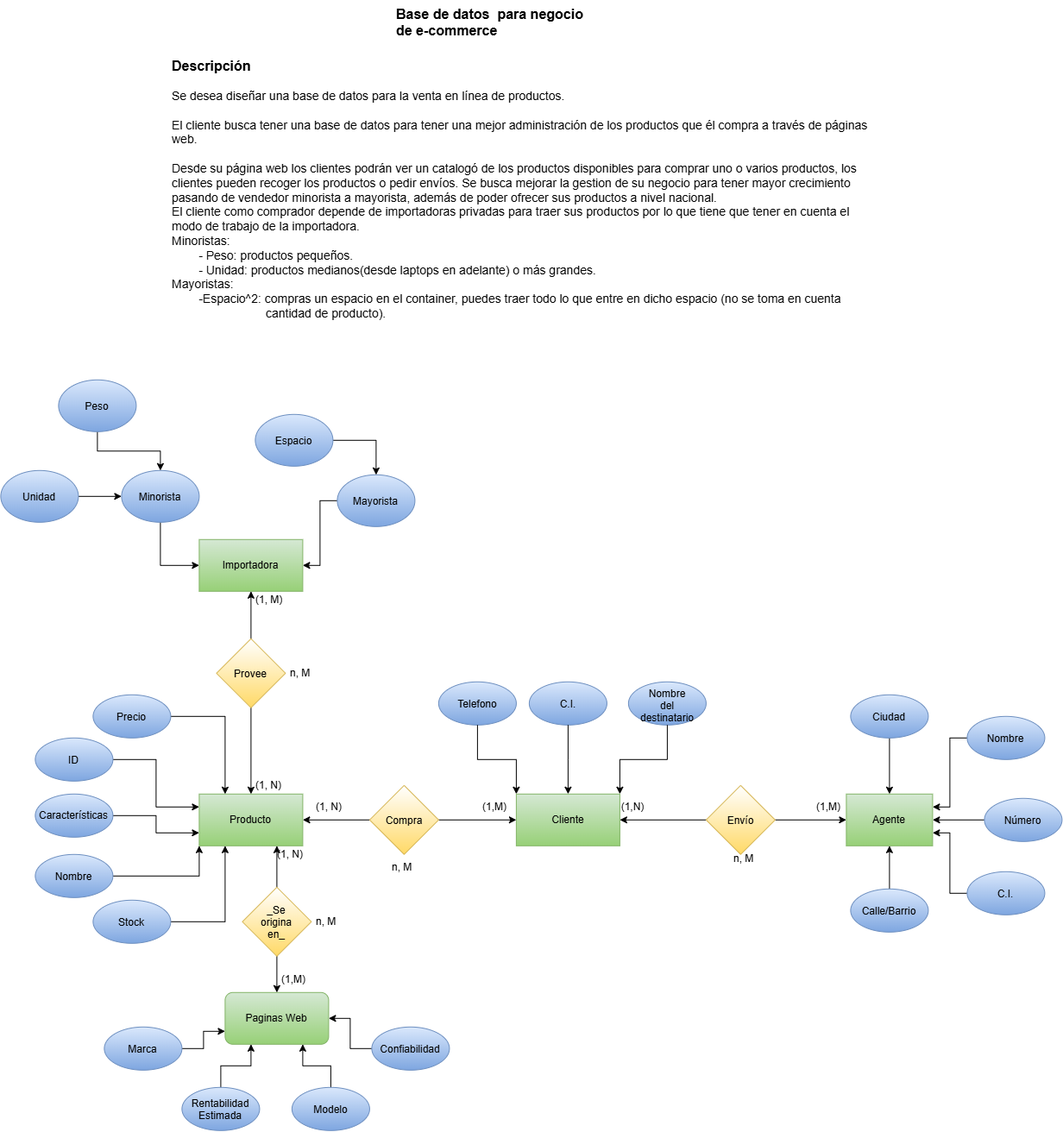
Before: Base_datos_e-commerce/assets/Diagrama E-R.drawio.png, a diagram exported from draw.io (yucepeee/Base-de-Datos-1). Source tidied: cells renumbered, new cells last; positions are measured from the earlier drawing's top-left corner, leaving out a move shared by most shapes.
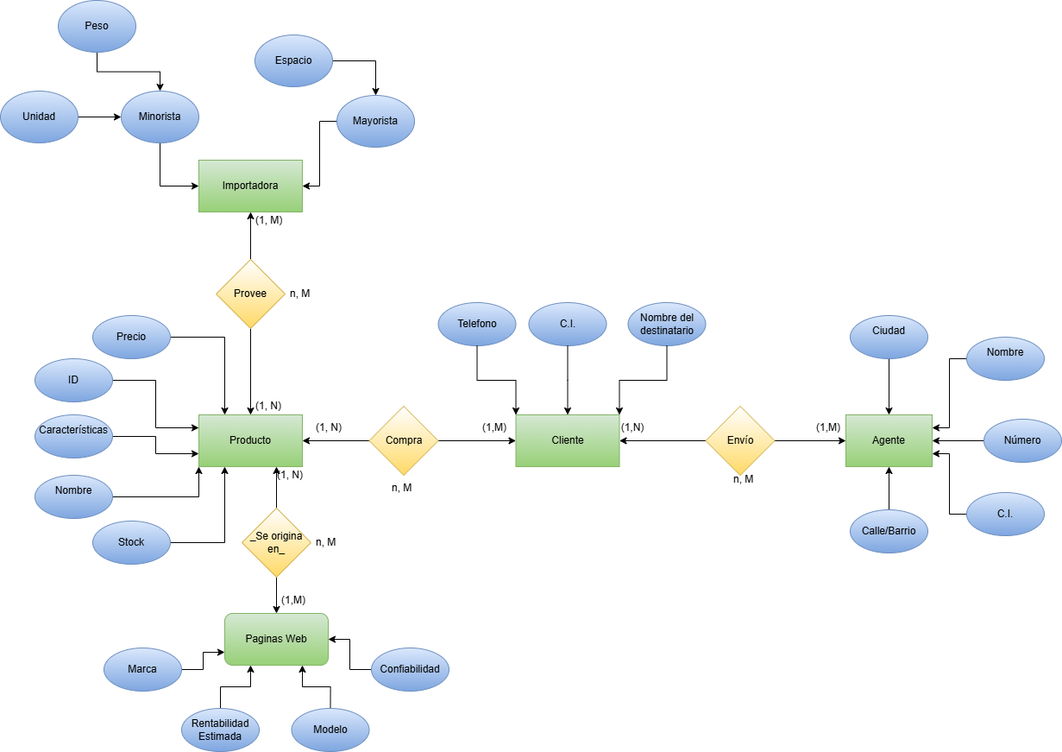
The same file after the commit.

What changed in the source:
```diff
@@ -1,4 +1,4 @@
-<mxGraphModel>
+<mxGraphModel background="#ffffff">
   <root>
     <mxCell id="0" />
     <mxCell id="1" parent="0" />
@@ -106,9 +106,6 @@
     <mxCell id="31" value="(1, M)" style="text;strokeColor=none;fillColor=none;align=left;verticalAlign=middle;spacingLeft=4;spacingRight=4;overflow=hidden;whiteSpace=wrap;html=1;" parent="1" vertex="1">
       <mxGeometry x="290" y="680" width="80" height="30" as="geometry" />
     </mxCell>
-    <mxCell id="32" value="&lt;div&gt;&lt;b&gt;&lt;font style=&quot;font-size: 16px;&quot;&gt;Descripción&amp;nbsp;&lt;/font&gt;&lt;/b&gt;&lt;/div&gt;&lt;br&gt;&lt;div&gt;&lt;span style=&quot;background-color: transparent; color: light-dark(rgb(0, 0, 0), rgb(255, 255, 255));&quot;&gt;Se desea diseñar una base de datos para la venta en línea de productos.&lt;/span&gt;&lt;/div&gt;&lt;div&gt;&lt;br&gt;&lt;/div&gt;&lt;div&gt;El cliente busca tener una base de datos para tener una mejor administración de los productos que él compra a través de páginas web.&lt;/div&gt;&lt;div&gt;&lt;br&gt;&lt;/div&gt;&lt;div&gt;Desde su página web los clientes podrán ver un catalogó de los productos disponibles para comprar uno o varios productos, los clientes pueden recoger los productos o pedir envíos. Se busca mejorar la gestion de su negocio para tener mayor crecimiento pasando de vendedor minorista a mayorista, además de poder ofrecer sus productos a nivel nacional.&lt;/div&gt;&lt;div&gt;El cliente como comprador depende de importadoras privadas para traer sus productos por lo que tiene que tener en cuenta el modo de trabajo de la importadora.&lt;/div&gt;&lt;div&gt;Minoristas:&lt;/div&gt;&lt;div&gt;&lt;span style=&quot;white-space: pre;&quot;&gt;&#9;&lt;/span&gt;- Peso: productos pequeños.&lt;/div&gt;&lt;div&gt;&lt;span style=&quot;white-space: pre;&quot;&gt;&#9;&lt;/span&gt;- Unidad: productos medianos(desde laptops en adelante) o más grandes.&lt;/div&gt;&lt;div&gt;Mayoristas:&amp;nbsp;&lt;/div&gt;&lt;div&gt;&lt;span style=&quot;white-space: pre;&quot;&gt;&#9;&lt;/span&gt;-Espacio^2: compras un espacio en el container, puedes traer todo lo que entre en dicho espacio (no se toma en cuenta &lt;span style=&quot;white-space: pre;&quot;&gt;&#9;&lt;/span&gt;&lt;span style=&quot;white-space: pre;&quot;&gt;&#9;&lt;/span&gt;&lt;span style=&quot;white-space: pre;&quot;&gt;&#9;&lt;/span&gt;&amp;nbsp; &amp;nbsp; cantidad de producto).&lt;/div&gt;" style="text;html=1;whiteSpace=wrap;overflow=hidden;rounded=0;fontSize=14;verticalAlign=top;" parent="1" vertex="1">
-      <mxGeometry x="197" y="60" width="820" height="350" as="geometry" />
-    </mxCell>
     <mxCell id="33" style="edgeStyle=orthogonalEdgeStyle;rounded=0;jettySize=auto;html=1;" parent="1" edge="1" source="34" target="58">
       <mxGeometry relative="1" as="geometry" />
     </mxCell>
@@ -127,9 +124,6 @@
     <mxCell id="38" value="Calle/Barrio" style="ellipse;whiteSpace=wrap;html=1;shapeInside=1;fillColor=#dae8fc;gradientColor=#7ea6e0;strokeColor=#6c8ebf;" parent="1" vertex="1">
       <mxGeometry x="985" y="1030" width="90" height="50" as="geometry" />
     </mxCell>
-    <mxCell id="39" value="&lt;b&gt;&lt;font style=&quot;font-size: 16px;&quot;&gt;Base de datos&amp;nbsp; para negocio de e-commerce&lt;/font&gt;&lt;/b&gt;" style="text;html=1;whiteSpace=wrap;overflow=hidden;rounded=0;" parent="1" vertex="1">
-      <mxGeometry x="457" width="240" height="90" as="geometry" />
-    </mxCell>
     <mxCell id="40" value="Importadora" style="rounded=0;whiteSpace=wrap;html=1;fillColor=#d5e8d4;gradientColor=#97d077;strokeColor=#82b366;" parent="1" vertex="1">
       <mxGeometry x="230" y="625" width="120" height="60" as="geometry" />
     </mxCell>
```
